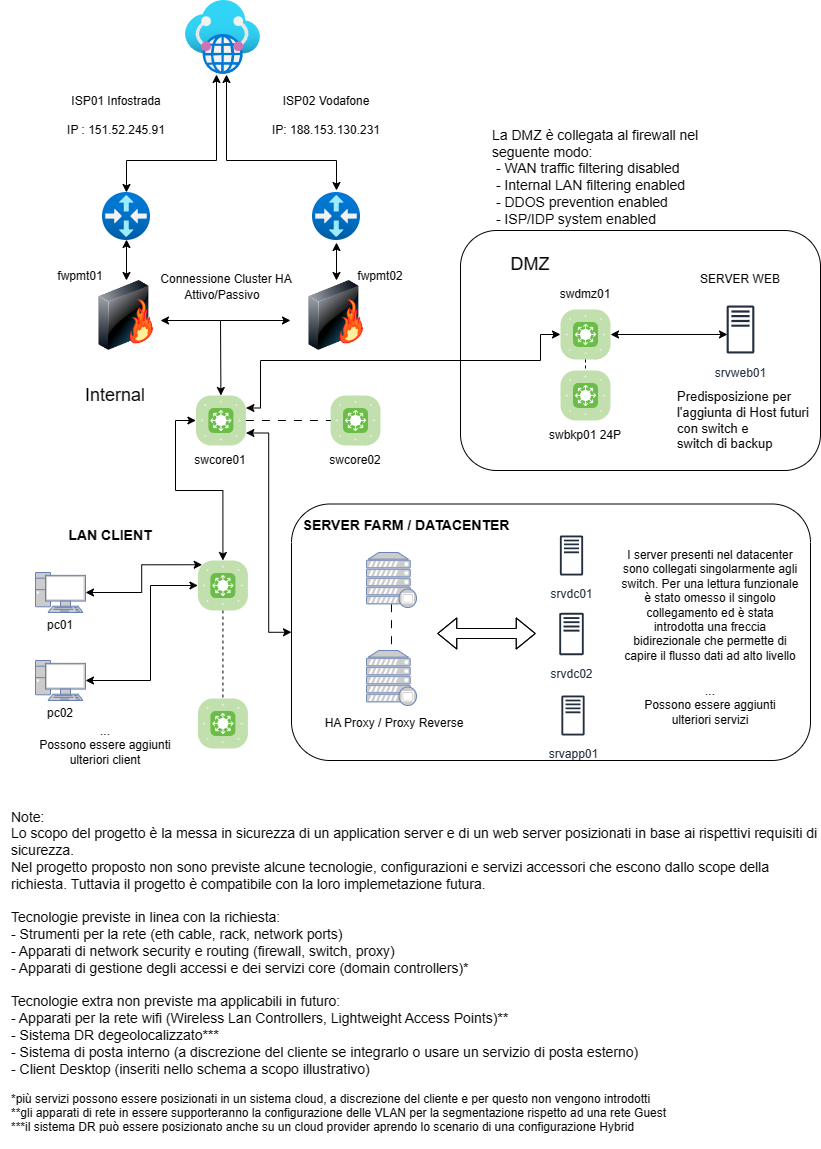
The draw.io diagram doc/networkDiagram.png in christophercaruso96/buildweekp1, before a commit. Source tidied: cells renumbered, new cells last; positions are measured from the earlier drawing's top-left corner, leaving out a move shared by most shapes.
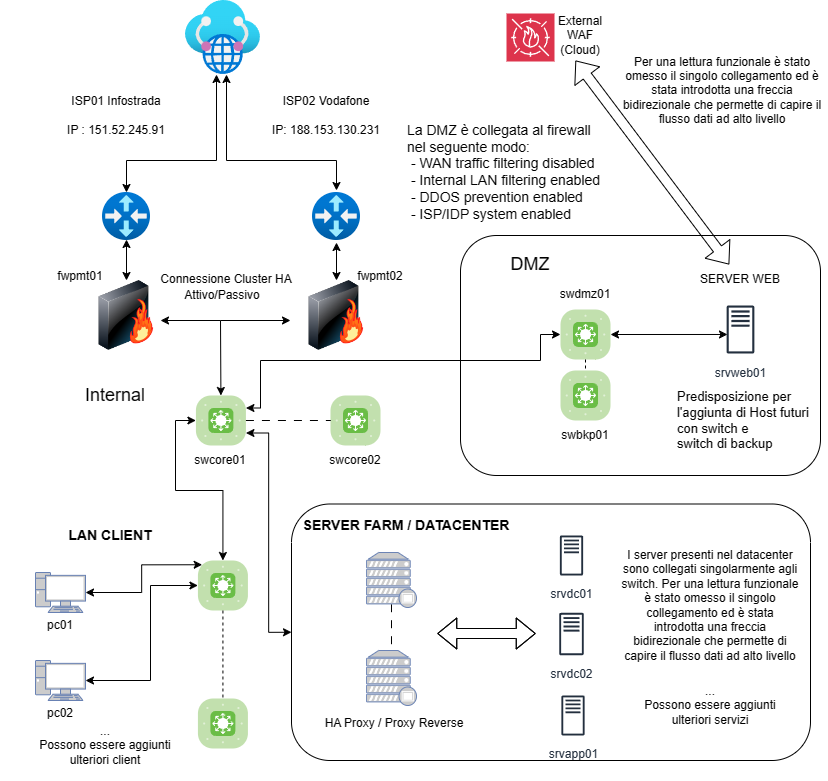
After the change.

Commit message:
Aggiornato network networkDiagram

What changed in the source:
```diff
@@ -100,14 +100,14 @@
     <mxCell id="30" style="edgeStyle=orthogonalEdgeStyle;rounded=0;jettySize=auto;html=1;exitX=1;exitY=0.5;exitDx=0;exitDy=0;exitPerimeter=0;entryX=0.283;entryY=0.583;entryDx=0;entryDy=0;entryPerimeter=0;startArrow=classic;startFill=1;" parent="1" edge="1" source="17" target="26">
       <mxGeometry relative="1" as="geometry" />
     </mxCell>
-    <mxCell id="31" value="swbkp01 24P" style="text;html=1;align=center;verticalAlign=middle;whiteSpace=wrap;rounded=0;" parent="1" vertex="1">
+    <mxCell id="31" value="swbkp01" style="text;html=1;align=center;verticalAlign=middle;whiteSpace=wrap;rounded=0;" parent="1" vertex="1">
       <mxGeometry x="540" y="420" width="90" height="30" as="geometry" />
     </mxCell>
     <mxCell id="32" value="&lt;div style=&quot;font-size: 13px;&quot;&gt;&lt;span style=&quot;text-wrap: nowrap; background-color: initial;&quot;&gt;&lt;font style=&quot;font-size: 13px;&quot;&gt;Predisposizione per&lt;/font&gt;&lt;/span&gt;&lt;/div&gt;&lt;span style=&quot;text-wrap: nowrap; font-size: 13px;&quot;&gt;&lt;font style=&quot;font-size: 13px;&quot;&gt;l'aggiunta di Host futuri &lt;br&gt;con switch e &lt;br&gt;switch di backup&lt;/font&gt;&lt;/span&gt;" style="text;html=1;align=left;verticalAlign=middle;whiteSpace=wrap;rounded=0;" parent="1" vertex="1">
       <mxGeometry x="675" y="380" width="130" height="80" as="geometry" />
     </mxCell>
     <mxCell id="33" value="&lt;font style=&quot;font-size: 14px;&quot;&gt;La DMZ è collegata al firewall nel seguente modo:&lt;br&gt;&amp;nbsp;- WAN traffic filtering disabled&amp;nbsp;&lt;br&gt;&amp;nbsp;- Internal LAN filtering enabled&amp;nbsp;&lt;/font&gt;&lt;div style=&quot;font-size: 14px;&quot;&gt;&lt;font style=&quot;font-size: 14px;&quot;&gt;&amp;nbsp;- DDOS prevention enabled&lt;br&gt;&amp;nbsp;- ISP/IDP system enabled&lt;br&gt;&lt;/font&gt;&lt;br&gt;&lt;/div&gt;" style="text;html=1;align=left;verticalAlign=middle;whiteSpace=wrap;rounded=0;" parent="1" vertex="1">
-      <mxGeometry x="490" y="130" width="250" height="109" as="geometry" />
+      <mxGeometry x="405" y="130" width="205" height="100" as="geometry" />
     </mxCell>
     <mxCell id="34" style="verticalLabelPosition=bottom;sketch=0;html=1;fillColor=#6ABD46;strokeColor=#ffffff;verticalAlign=top;align=center;points=[[0.085,0.085,0],[0.915,0.085,0],[0.915,0.915,0],[0.085,0.915,0],[0.25,0,0],[0.5,0,0],[0.75,0,0],[1,0.25,0],[1,0.5,0],[1,0.75,0],[0.75,1,0],[0.5,1,0],[0.25,1,0],[0,0.75,0],[0,0.5,0],[0,0.25,0]];shape=mxgraph.cisco_safe.compositeIcon;bgIcon=mxgraph.cisco_safe.architecture.generic_appliance;resIcon=mxgraph.cisco_safe.architecture.l3_switch;" parent="1" vertex="1">
       <mxGeometry x="197.4" y="560" width="50" height="50" as="geometry" />
@@ -128,7 +128,7 @@
       <mxGeometry x="330" y="395" width="50" height="50" as="geometry" />
     </mxCell>
     <mxCell id="40" style="rounded=1;whiteSpace=wrap;html=1;fillColor=none;" parent="1" vertex="1">
-      <mxGeometry x="460" y="230" width="360" height="240" as="geometry" />
+      <mxGeometry x="460" y="235" width="360" height="240" as="geometry" />
     </mxCell>
     <mxCell id="41" value="swcore01" style="text;html=1;align=center;verticalAlign=middle;whiteSpace=wrap;rounded=0;" parent="1" vertex="1">
       <mxGeometry x="190.4" y="445" width="60" height="30" as="geometry" />
@@ -192,9 +192,6 @@
     <mxCell id="54" value="&lt;font style=&quot;font-size: 14px;&quot;&gt;&lt;b&gt;LAN CLIENT&lt;/b&gt;&lt;/font&gt;" style="text;html=1;align=center;verticalAlign=middle;whiteSpace=wrap;rounded=0;" parent="1" vertex="1">
       <mxGeometry y="520" width="220" height="30" as="geometry" />
     </mxCell>
-    <mxCell id="55" value="&lt;div style=&quot;text-align: left; font-size: 14px;&quot;&gt;&lt;span style=&quot;background-color: initial;&quot;&gt;&lt;br&gt;Note:&lt;br&gt;Lo scopo del progetto è la messa in sicurezza di un application server e di un web server posizionati in base ai rispettivi requisiti di sicurezza.&lt;br&gt;Nel progetto proposto non sono previste alcune tecnologie, configurazioni e servizi accessori che escono dallo scope della richiesta. Tuttavia il progetto è compatibile con la loro implemetazione futura.&lt;br&gt;&lt;br&gt;Tecnologie previste in linea con la richiesta:&lt;/span&gt;&lt;/div&gt;&lt;div style=&quot;text-align: left; font-size: 14px;&quot;&gt;&lt;span style=&quot;background-color: initial;&quot;&gt;- Strumenti per la rete (eth cable, rack, network ports)&lt;br&gt;- Apparati di network security e routing (firewall, switch, proxy)&lt;/span&gt;&lt;/div&gt;&lt;div style=&quot;text-align: left; font-size: 14px;&quot;&gt;&lt;span style=&quot;background-color: initial;&quot;&gt;- Apparati di gestione degli accessi e dei servizi core (domain controllers)*&lt;/span&gt;&lt;/div&gt;&lt;div style=&quot;text-align: left; font-size: 14px;&quot;&gt;&lt;span style=&quot;background-color: initial;&quot;&gt;&lt;br&gt;&lt;/span&gt;&lt;/div&gt;&lt;div style=&quot;text-align: left;&quot;&gt;&lt;span style=&quot;background-color: initial;&quot;&gt;&lt;span style=&quot;font-size: 14px;&quot;&gt;Tecnologie extra non previste ma applicabili in futuro:&lt;/span&gt;&lt;br&gt;&lt;span style=&quot;font-size: 14px;&quot;&gt;- Apparati per la rete wifi (Wireless Lan Controllers, Lightweight Access Points)**&lt;/span&gt;&lt;br&gt;&lt;span style=&quot;font-size: 14px;&quot;&gt;- Sistema DR degeolocalizzato***&lt;/span&gt;&lt;br&gt;&lt;span style=&quot;font-size: 14px;&quot;&gt;- Sistema di posta interno (a discrezione del cliente se integrarlo o usare un servizio di posta esterno)&lt;/span&gt;&lt;/span&gt;&lt;/div&gt;&lt;div style=&quot;text-align: left;&quot;&gt;&lt;span style=&quot;background-color: initial;&quot;&gt;&lt;span style=&quot;font-size: 14px;&quot;&gt;- Client Desktop (inseriti nello schema a scopo illustrativo)&lt;br&gt;&lt;/span&gt;&lt;br&gt;&lt;font style=&quot;font-size: 12px;&quot;&gt;&lt;font style=&quot;font-size: 12px;&quot;&gt;*più servizi possono essere posizionati in un sistema cloud, a discrezione del cliente e per questo non vengono introdotti&lt;/font&gt;&lt;br&gt;**&lt;/font&gt;&lt;/span&gt;&lt;span style=&quot;background-color: initial;&quot;&gt;&lt;font style=&quot;font-size: 12px;&quot;&gt;gli apparati di rete in essere supporteranno la configurazione delle VLAN per la segmentazione rispetto ad una rete Guest&lt;/font&gt;&lt;/span&gt;&lt;/div&gt;&lt;div style=&quot;text-align: left;&quot;&gt;&lt;span style=&quot;background-color: initial;&quot;&gt;&lt;font style=&quot;font-size: 12px;&quot;&gt;***il sistema DR può essere posizionato anche su un cloud provider aprendo lo scenario di una configurazione Hybrid&amp;nbsp;&lt;/font&gt;&lt;/span&gt;&lt;/div&gt;&lt;div style=&quot;text-align: left;&quot;&gt;&lt;span style=&quot;background-color: initial;&quot;&gt;&lt;br&gt;&lt;/span&gt;&lt;/div&gt;" style="text;html=1;align=center;verticalAlign=middle;whiteSpace=wrap;rounded=0;" parent="1" vertex="1">
-      <mxGeometry x="10" y="800" width="810" height="340" as="geometry" />
-    </mxCell>
     <mxCell id="56" style="edgeStyle=orthogonalEdgeStyle;rounded=0;jettySize=auto;html=1;exitX=0.5;exitY=0;exitDx=0;exitDy=0;exitPerimeter=0;entryX=0;entryY=0.5;entryDx=0;entryDy=0;entryPerimeter=0;startArrow=classic;startFill=1;" parent="1" edge="1" source="34" target="38">
       <mxGeometry relative="1" as="geometry">
         <Array as="points">
@@ -234,5 +231,19 @@
     <mxCell id="64" value="I server presenti nel datacenter sono collegati singolarmente agli switch. Per una lettura funzionale è stato omesso il singolo collegamento ed è stata introdotta una freccia bidirezionale che permette di capire il flusso dati ad alto livello" style="text;html=1;align=center;verticalAlign=middle;whiteSpace=wrap;rounded=0;" parent="1" vertex="1">
       <mxGeometry x="620" y="540" width="180" height="130" as="geometry" />
     </mxCell>
+    <mxCell id="65" style="sketch=0;fontColor=#232F3E;fillColor=#DD344C;strokeColor=#ffffff;dashed=0;verticalLabelPosition=bottom;verticalAlign=top;align=center;html=1;fontSize=12;fontStyle=0;shape=mxgraph.aws4.resourceIcon;resIcon=mxgraph.aws4.waf;" parent="1" vertex="1">
+      <mxGeometry x="506" y="13" width="48" height="48" as="geometry" />
+    </mxCell>
+    <mxCell id="66" value="External WAF (Cloud)&lt;div&gt;&lt;br&gt;&lt;/div&gt;" style="text;html=1;align=center;verticalAlign=middle;whiteSpace=wrap;rounded=0;" parent="1" vertex="1">
+      <mxGeometry x="550" y="27" width="60" height="30" as="geometry" />
+    </mxCell>
+    <mxCell id="67" style="shape=flexArrow;endArrow=classic;startArrow=classic;html=1;rounded=0;" parent="1" edge="1" target="57">
+      <mxGeometry relative="1" as="geometry">
+        <mxPoint x="575" y="60" as="sourcePoint" />
+      </mxGeometry>
+    </mxCell>
+    <mxCell id="68" value="Per una lettura funzionale è stato omesso il singolo collegamento ed è stata introdotta una freccia bidirezionale che permette di capire il flusso dati ad alto livello" style="text;html=1;align=center;verticalAlign=middle;whiteSpace=wrap;rounded=0;" parent="1" vertex="1">
+      <mxGeometry x="617" y="40" width="210" height="100" as="geometry" />
+    </mxCell>
   </root>
 </mxGraphModel>
```
